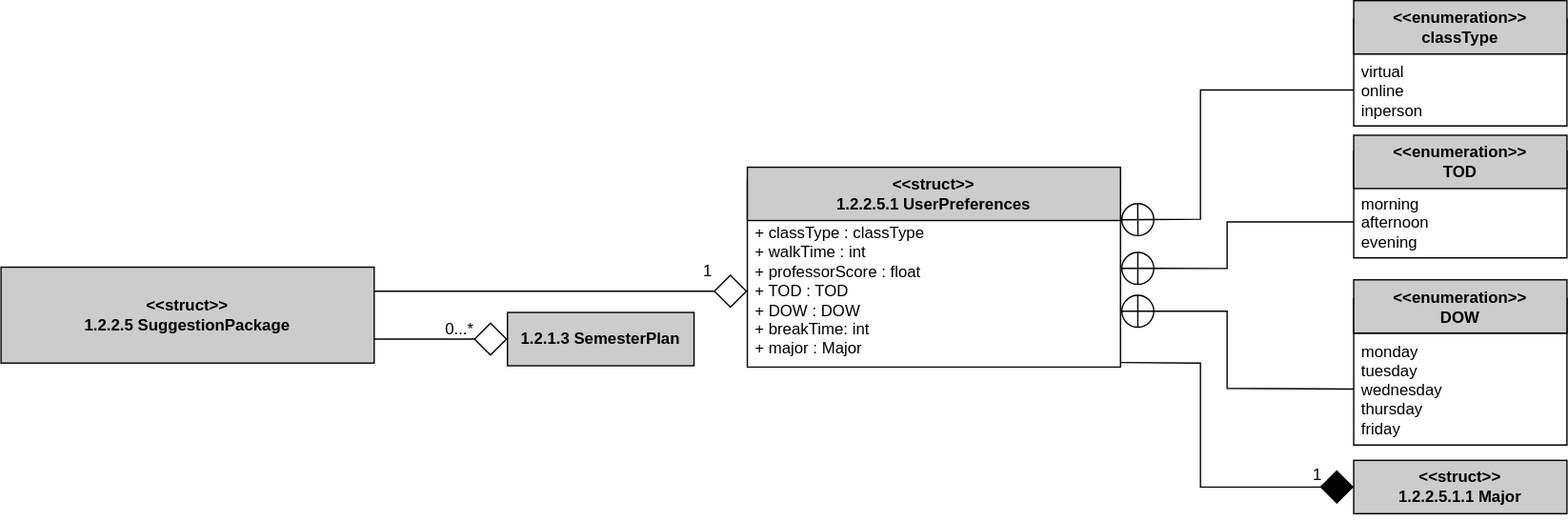
Above: Logic/TeamTwoFiles/1.2.2.5.1UserPreferencesClassDiagram.svg in MckennahPalmer/CSE430 (draw.io), before the change. Source tidied: cells renumbered, new cells last; positions are measured from the earlier drawing's top-left corner, leaving out a move shared by most shapes.
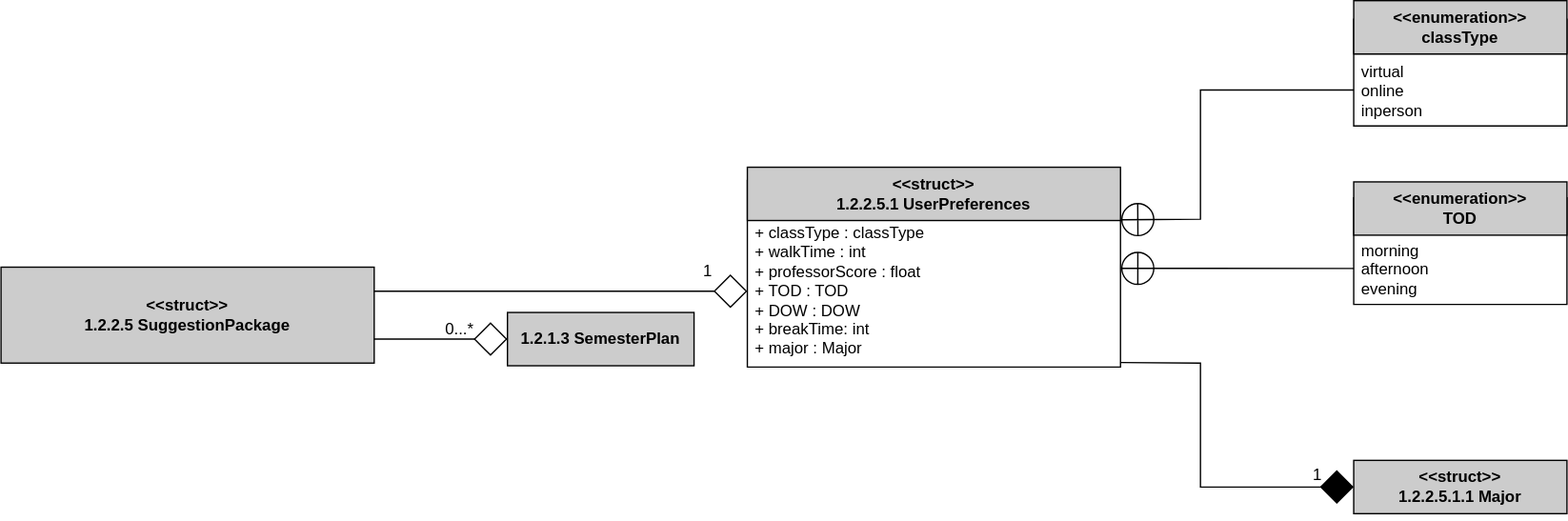
The same file after the commit.

The edit, as a diff of the source:
```diff
@@ -24,23 +24,14 @@
       <mxGeometry x="1015" width="160" height="40" as="geometry" />
     </mxCell>
     <mxCell id="9" value="SuggestionPackage" style="swimlane;fontStyle=1;align=center;verticalAlign=top;horizontal=1;startSize=26;whiteSpace=wrap;html=1;fillColor=#CCCCCC;" parent="1" vertex="1">
-      <mxGeometry x="1015" y="113" width="160" height="80" as="geometry" />
+      <mxGeometry x="1015" y="148" width="160" height="80" as="geometry" />
     </mxCell>
     <mxCell id="10" value="morning&lt;br&gt;afternoon&lt;br&gt;evening" style="text;strokeColor=none;fillColor=none;align=left;verticalAlign=top;spacingLeft=4;spacingRight=4;overflow=hidden;points=[[0,0.5],[1,0.5]];portConstraint=eastwest;whiteSpace=wrap;html=1;" parent="9" vertex="1">
       <mxGeometry y="26" width="160" height="54" as="geometry" />
     </mxCell>
     <mxCell id="11" value="&lt;b&gt;&amp;lt;&amp;lt;enumeration&amp;gt;&amp;gt;&lt;br style=&quot;border-color: var(--border-color);&quot;&gt;TOD&lt;br&gt;&lt;/b&gt;" style="rounded=0;whiteSpace=wrap;html=1;fillColor=#CCCCCC;" parent="1" vertex="1">
-      <mxGeometry x="1015" y="101" width="160" height="40" as="geometry" />
+      <mxGeometry x="1015" y="136" width="160" height="40" as="geometry" />
     </mxCell>
-    <mxCell id="12" value="SuggestionPackage" style="swimlane;fontStyle=1;align=center;verticalAlign=top;horizontal=1;startSize=26;whiteSpace=wrap;html=1;fillColor=#CCCCCC;" parent="1" vertex="1">
-      <mxGeometry x="1015" y="223.5" width="160" height="110" as="geometry" />
-    </mxCell>
-    <mxCell id="13" value="monday&lt;br&gt;tuesday&lt;br&gt;wednesday&lt;br&gt;thursday&lt;br&gt;friday" style="text;strokeColor=none;fillColor=none;align=left;verticalAlign=top;spacingLeft=4;spacingRight=4;overflow=hidden;whiteSpace=wrap;html=1;" parent="12" vertex="1">
-      <mxGeometry y="26" width="160" height="84" as="geometry" />
-    </mxCell>
-    <mxCell id="14" value="&lt;b&gt;&amp;lt;&amp;lt;enumeration&amp;gt;&amp;gt;&lt;br style=&quot;border-color: var(--border-color);&quot;&gt;DOW&lt;br&gt;&lt;/b&gt;" style="rounded=0;whiteSpace=wrap;html=1;fillColor=#CCCCCC;" parent="1" vertex="1">
-      <mxGeometry x="1015" y="209.5" width="160" height="40" as="geometry" />
-    </mxCell>
     <mxCell id="15" style="endArrow=diamond;html=1;rounded=0;endFill=0;endSize=23;exitX=1;exitY=0.75;exitDx=0;exitDy=0;entryX=0;entryY=0.5;entryDx=0;entryDy=0;" parent="1" edge="1" source="4" target="16">
       <mxGeometry relative="1" as="geometry" />
     </mxCell>
@@ -74,23 +65,8 @@
       </mxGeometry>
     </mxCell>
     <mxCell id="24" style="endArrow=circlePlus;html=1;rounded=0;endFill=0;endSize=11;entryX=1;entryY=0.35;entryDx=0;entryDy=0;entryPerimeter=0;exitX=0;exitY=0.5;exitDx=0;exitDy=0;" parent="1" edge="1" source="10" target="3">
-      <mxGeometry relative="1" as="geometry">
-        <Array as="points">
-          <mxPoint x="920" y="166" />
-          <mxPoint x="920" y="201" />
-        </Array>
-      </mxGeometry>
+      <mxGeometry relative="1" as="geometry" />
     </mxCell>
-    <mxCell id="25" style="endArrow=circlePlus;html=1;rounded=0;endFill=0;endSize=11;entryX=1;entryY=0.65;entryDx=0;entryDy=0;entryPerimeter=0;exitX=0;exitY=0.5;exitDx=0;exitDy=0;" parent="1" edge="1">
-      <mxGeometry relative="1" as="geometry">
-        <mxPoint x="1015" y="291.5" as="sourcePoint" />
-        <mxPoint x="840" y="233.1" as="targetPoint" />
-        <Array as="points">
-          <mxPoint x="920" y="291" />
-          <mxPoint x="920" y="233" />
-        </Array>
-      </mxGeometry>
-    </mxCell>
     <mxCell id="26" style="endArrow=diamond;html=1;rounded=0;endFill=1;endSize=23;exitX=1;exitY=0.97;exitDx=0;exitDy=0;exitPerimeter=0;entryX=0;entryY=0.5;entryDx=0;entryDy=0;" parent="1" edge="1" source="3" target="22">
       <mxGeometry relative="1" as="geometry">
         <Array as="points">
```
